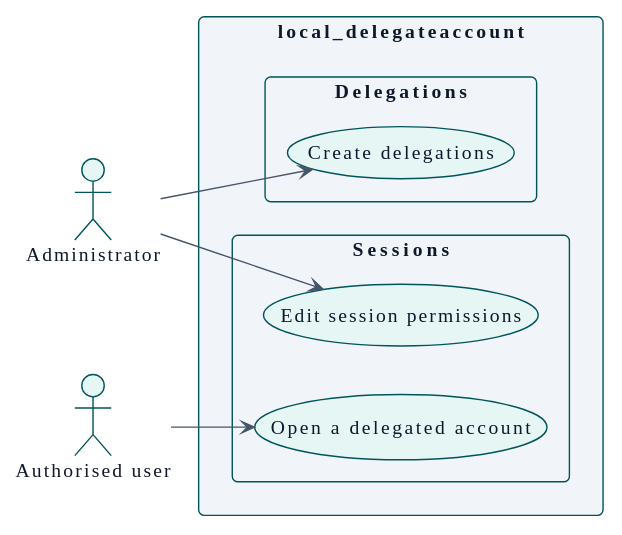
Earlier version of the PlantUML export docs/es/technical/requirements/use-case-overview.svg (didactika/moodle-local_delegateaccount).
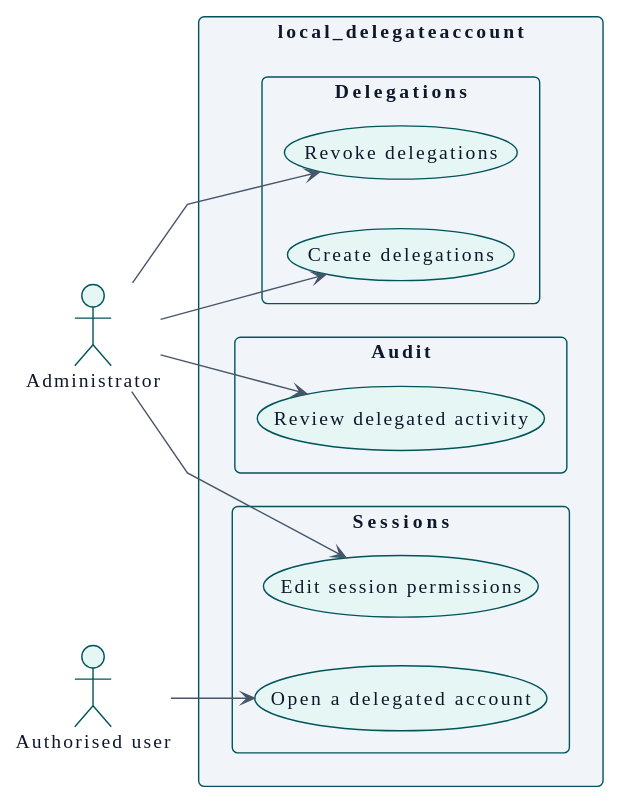
After the change.

The edit, as a diff of the source:
```diff
@@ -112,14 +112,20 @@
 rectangle "local_delegateaccount" {
   package "Delegations" {
     usecase "Create delegations" as UC_createDelegations
+    usecase "Revoke delegations" as UC_revokeDelegations
   }
   package "Sessions" {
     usecase "Open a delegated account" as UC_openDelegatedAccount
     usecase "Edit session permissions" as UC_editSessionPermissions
+  }
+  package "Audit" {
+    usecase "Review delegated activity" as UC_reviewActivity
   }
 }
 
 A_Administrator --> UC_createDelegations
 A_Authorised_user --> UC_openDelegatedAccount
 A_Administrator --> UC_editSessionPermissions
+A_Administrator --> UC_revokeDelegations
+A_Administrator --> UC_reviewActivity
 @enduml
```
